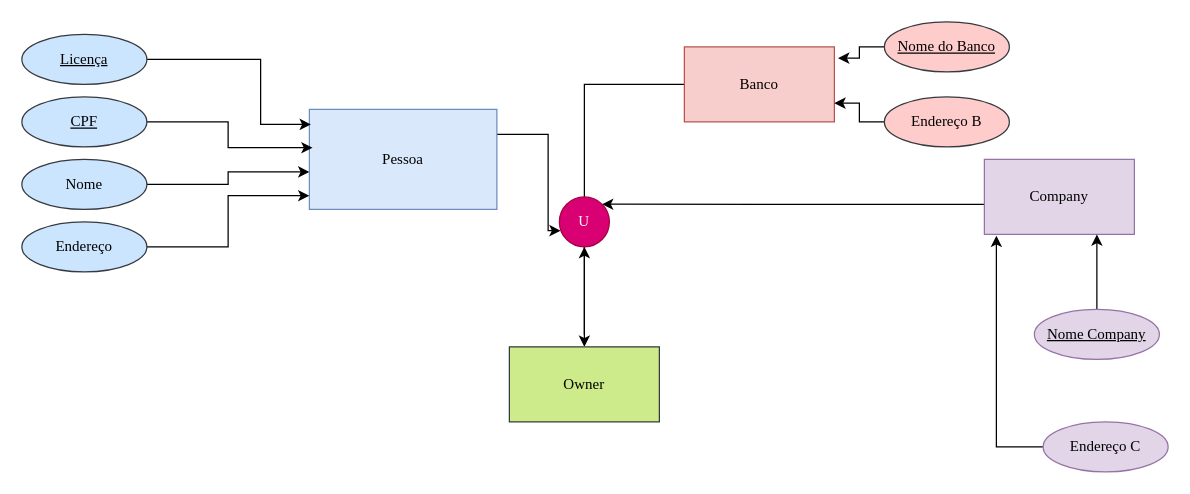
Above: Diagrama sem nome.drawio in Aline-Castro/DIO (draw.io), before the change. Source tidied: cells renumbered, new cells numbered last; positions are measured from the earlier drawing's top-left corner, leaving out a move shared by most shapes. Both pictures are drawn from the tidied source at 125%, with x=0, y=0 at pixel (21, 21).
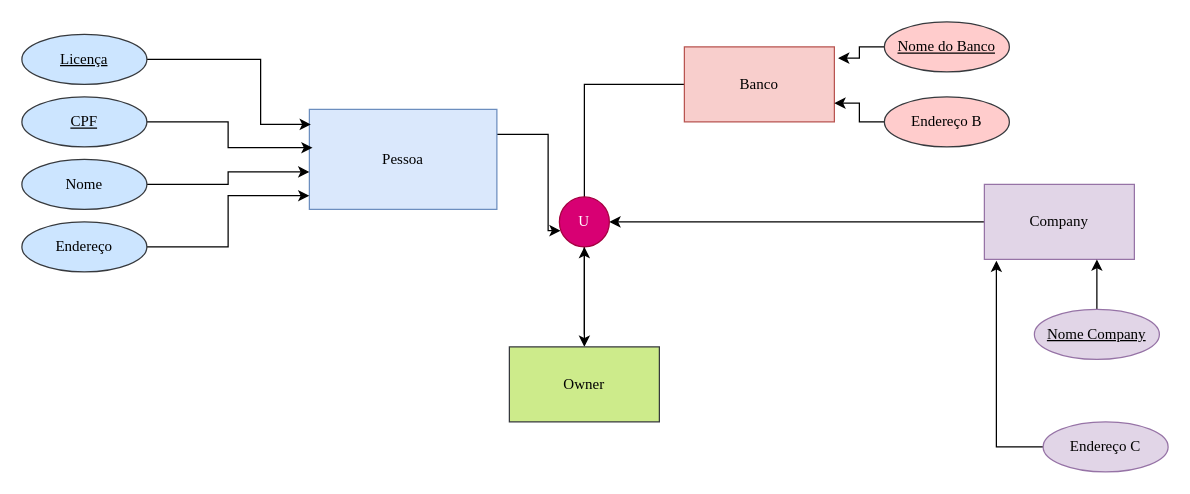
The same page after the edit.

The change refers to these unchanged cells:
```xml
<mxCell id="9" value="U" style="ellipse;whiteSpace=wrap;html=1;fontFamily=Times New Roman;fillColor=#d80073;fontColor=#ffffff;strokeColor=#A50040;" parent="1" vertex="1">
  <mxGeometry x="430" y="140" width="40" height="40" as="geometry" />
</mxCell>
```

The edit, as a diff of the source:
```diff
@@
-    <mxCell id="6" style="edgeStyle=orthogonalEdgeStyle;rounded=0;jettySize=auto;html=1;entryX=1;entryY=0;entryDx=0;entryDy=0;fontFamily=Times New Roman;" parent="1" edge="1" source="7" target="9">
-      <mxGeometry relative="1" as="geometry">
-        <Array as="points">
-          <mxPoint x="700" y="146" />
-          <mxPoint x="700" y="146" />
-        </Array>
-      </mxGeometry>
+    <mxCell id="6" style="edgeStyle=orthogonalEdgeStyle;rounded=0;jettySize=auto;html=1;entryX=1;entryY=0.5;entryDx=0;entryDy=0;fontFamily=Times New Roman;" parent="1" edge="1" source="7" target="9">
+      <mxGeometry relative="1" as="geometry" />
     </mxCell>
     <mxCell id="7" value="Company" style="rounded=0;whiteSpace=wrap;html=1;fontFamily=Times New Roman;fillColor=#e1d5e7;strokeColor=#9673a6;" parent="1" vertex="1">
-      <mxGeometry x="770" y="110" width="120" height="60" as="geometry" />
+      <mxGeometry x="770" y="130" width="120" height="60" as="geometry" />
     </mxCell>
```
